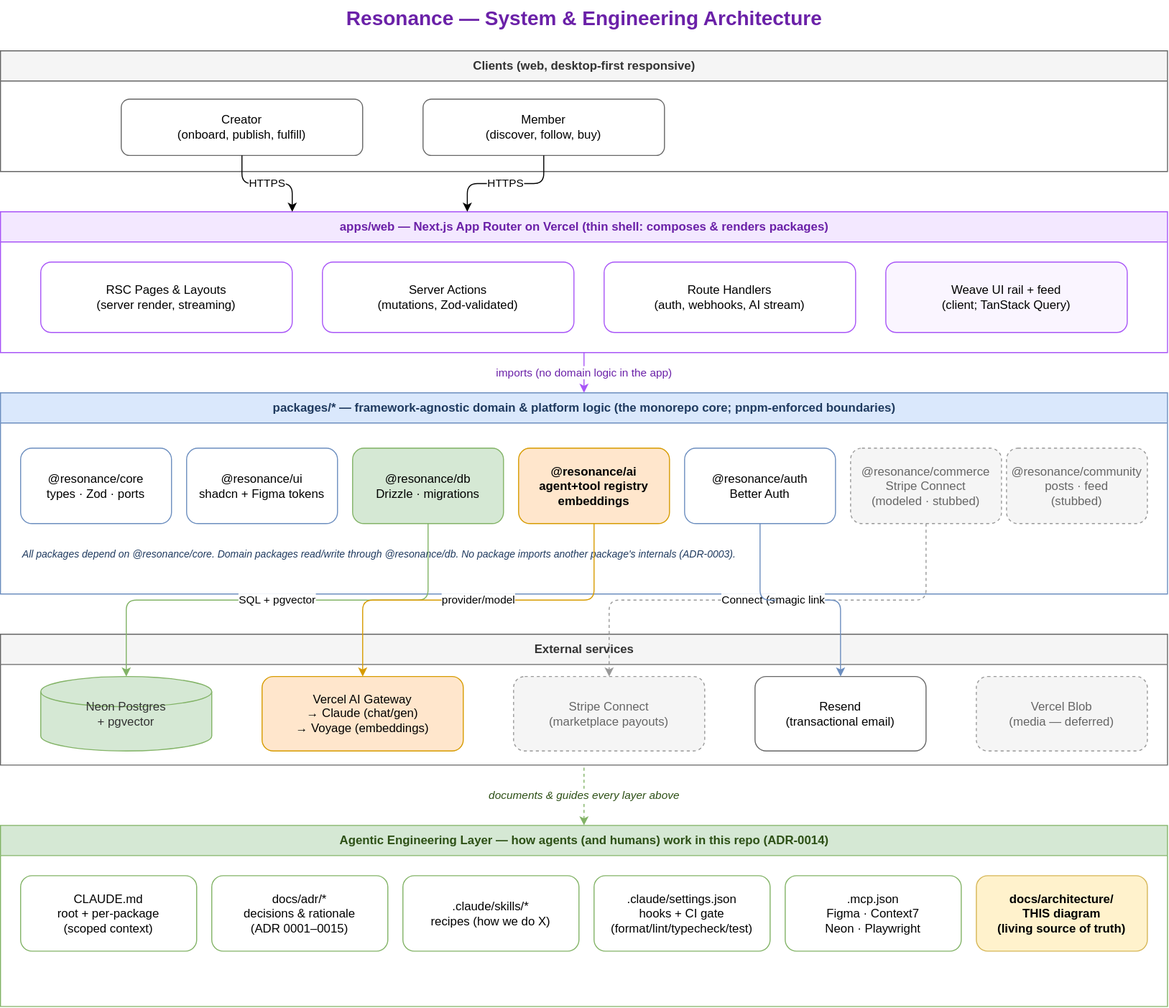
Earlier version of the draw.io export docs/architecture/resonance-architecture.svg (jwhector/resonance). Source tidied: cells renumbered, new cells last; positions are measured from the earlier drawing's top-left corner, leaving out a move shared by most shapes.
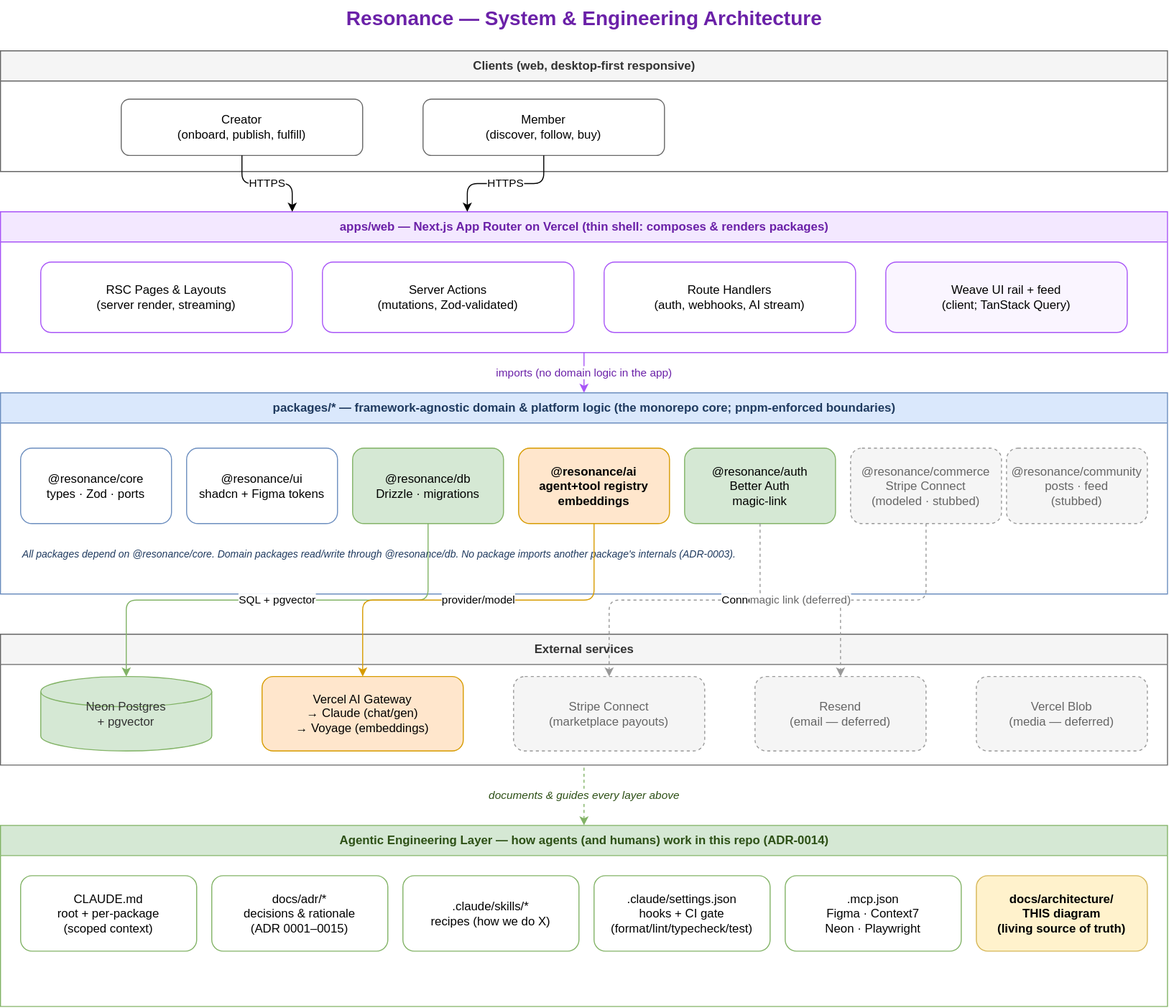
The same file after the commit.

Commit message:
chore: close Increment 1 (data + auth) — env flag, diagram, handoff

Change to the diagram source:
```diff
@@ -44,7 +44,7 @@
     <mxCell id="15" value="@resonance/ai&#10;agent+tool registry&#10;embeddings" style="rounded=1;whiteSpace=wrap;html=1;fillColor=#ffe6cc;strokeColor=#d79b00;fontStyle=1;" parent="11" vertex="1">
       <mxGeometry x="515" y="55" width="150" height="75" as="geometry" />
     </mxCell>
-    <mxCell id="16" value="@resonance/auth&#10;Better Auth" style="rounded=1;whiteSpace=wrap;html=1;fillColor=#ffffff;strokeColor=#6c8ebf;" parent="11" vertex="1">
+    <mxCell id="16" value="@resonance/auth&#10;Better Auth&#10;magic-link" style="rounded=1;whiteSpace=wrap;html=1;fillColor=#d5e8d4;strokeColor=#82b366;" parent="11" vertex="1">
       <mxGeometry x="680" y="55" width="150" height="75" as="geometry" />
     </mxCell>
     <mxCell id="17" value="@resonance/commerce&#10;Stripe Connect&#10;(modeled · stubbed)" style="rounded=1;whiteSpace=wrap;html=1;fillColor=#f5f5f5;strokeColor=#999999;dashed=1;fontColor=#666666;" parent="11" vertex="1">
@@ -68,7 +68,7 @@
     <mxCell id="23" value="Stripe Connect&#10;(marketplace payouts)" style="rounded=1;whiteSpace=wrap;html=1;fillColor=#f5f5f5;strokeColor=#999999;dashed=1;fontColor=#666666;" parent="20" vertex="1">
       <mxGeometry x="510" y="42" width="190" height="74" as="geometry" />
     </mxCell>
-    <mxCell id="24" value="Resend&#10;(transactional email)" style="rounded=1;whiteSpace=wrap;html=1;fillColor=#ffffff;strokeColor=#666666;" parent="20" vertex="1">
+    <mxCell id="24" value="Resend&#10;(email — deferred)" style="rounded=1;whiteSpace=wrap;html=1;fillColor=#f5f5f5;strokeColor=#999999;dashed=1;fontColor=#666666;" parent="20" vertex="1">
       <mxGeometry x="750" y="42" width="170" height="74" as="geometry" />
     </mxCell>
     <mxCell id="25" value="Vercel Blob&#10;(media — deferred)" style="rounded=1;whiteSpace=wrap;html=1;fillColor=#f5f5f5;strokeColor=#999999;dashed=1;fontColor=#666666;" parent="20" vertex="1">
@@ -113,7 +113,7 @@
     <mxCell id="38" value="Connect (stubbed)" style="edgeStyle=orthogonalEdgeStyle;rounded=1;jettySize=auto;html=1;dashed=1;exitX=0.5;exitY=1;exitDx=0;exitDy=0;entryX=0.5;entryY=0;entryDx=0;entryDy=0;strokeColor=#999999;" parent="1" edge="1" source="17" target="23">
       <mxGeometry relative="1" as="geometry" />
     </mxCell>
-    <mxCell id="39" value="magic link" style="edgeStyle=orthogonalEdgeStyle;rounded=1;jettySize=auto;html=1;exitX=0.5;exitY=1;exitDx=0;exitDy=0;entryX=0.5;entryY=0;entryDx=0;entryDy=0;strokeColor=#6c8ebf;" parent="1" edge="1" source="16" target="24">
+    <mxCell id="39" value="magic link (deferred)" style="edgeStyle=orthogonalEdgeStyle;rounded=1;jettySize=auto;html=1;dashed=1;exitX=0.5;exitY=1;exitDx=0;exitDy=0;entryX=0.5;entryY=0;entryDx=0;entryDy=0;strokeColor=#999999;fontColor=#666666;" parent="1" edge="1" source="16" target="24">
       <mxGeometry relative="1" as="geometry" />
     </mxCell>
     <mxCell id="40" value="documents &amp; guides every layer above" style="edgeStyle=orthogonalEdgeStyle;rounded=1;jettySize=auto;html=1;dashed=1;startArrow=classic;endArrow=none;exitX=0.5;exitY=0;exitDx=0;exitDy=0;entryX=0.5;entryY=1;entryDx=0;entryDy=0;strokeColor=#82b366;fontColor=#2D5016;fontStyle=2;" parent="1" edge="1" source="26" target="20">
```
